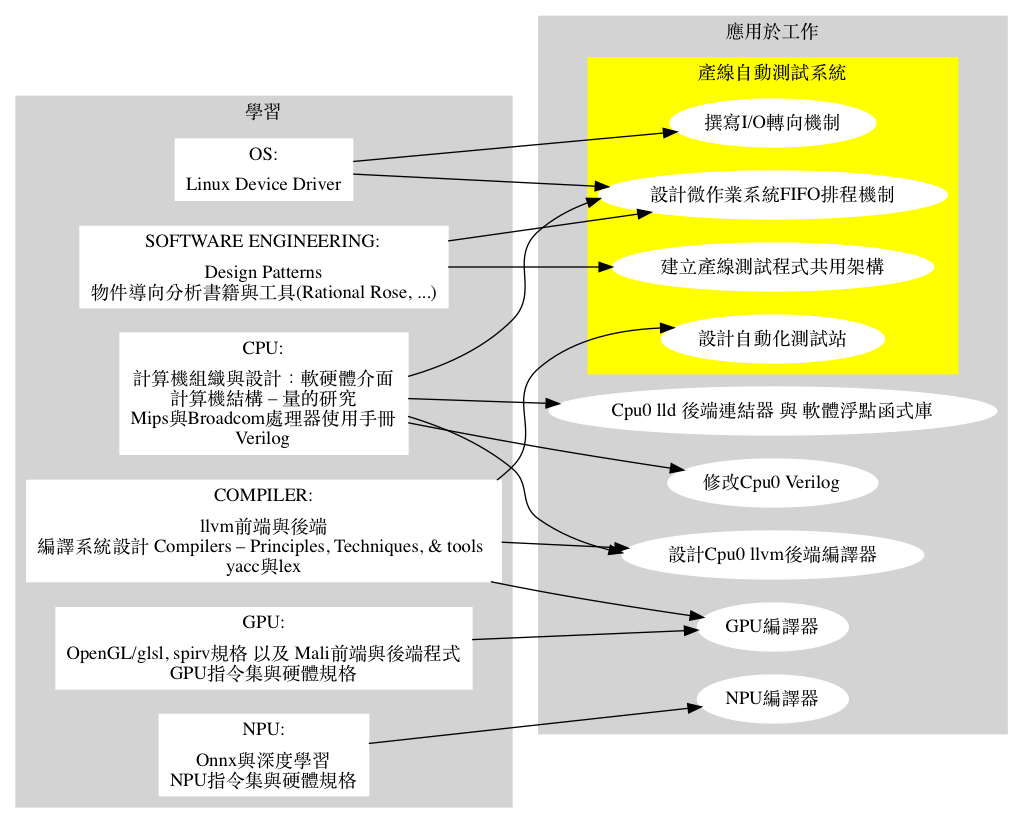
Before: images/study_and_apply_ch1.png, a diagram exported from Graphviz (Jonathan2251/ws). Its source is kept beside it as images/study_and_apply_ch1.gv.
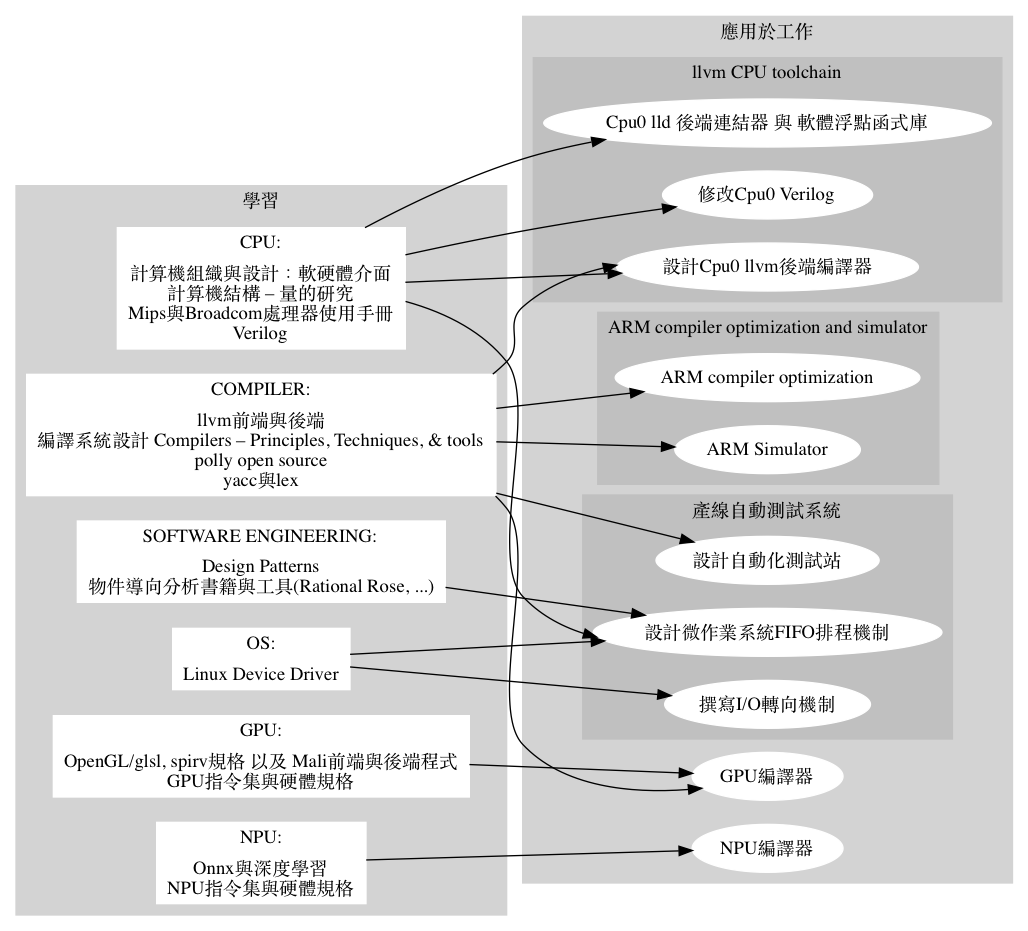
The same diagram one commit later.

Commit message:
study_and_apply

The edit, as a diff of the source:
```diff
@@ -8,7 +8,7 @@
     node [shape=record,style=filled,color=white]; CPU [label="CPU:|計算機組織與設計：軟硬體介面\n計算機結構 – 量的研究\nMips與Broadcom處理器使用手冊\nVerilog"];
     node [shape=record,style=filled,color=white]; GPU [label="GPU:|OpenGL/glsl, spirv規格 以及 Mali前端與後端程式\nGPU指令集與硬體規格"];
     node [shape=record,style=filled,color=white]; NPU [label="NPU:|Onnx與深度學習\nNPU指令集與硬體規格"];
-    node [style=filled,color=white]; COMPILER [label="COMPILER:|llvm前端與後端\n編譯系統設計 Compilers – Principles, Techniques, & tools \nyacc與lex"];
+    node [style=filled,color=white]; COMPILER [label="COMPILER:|llvm前端與後端\n編譯系統設計 Compilers – Principles, Techniques, & tools\npolly open source\nyacc與lex"];
     node [style=filled,color=white]; OS [label="OS:|Linux Device Driver"];
     node [style=filled,color=white]; "SOFTWARE ENGINEERING" [label="SOFTWARE ENGINEERING:|Design Patterns\n物件導向分析書籍與工具(Rational Rose, ...)"];
     color=lightgrey;
@@ -17,18 +17,27 @@
     style=filled;
     color=lightgrey;
     label = "應用於工作";
-    node [style=filled,color=white]; verilog [label="修改Cpu0 Verilog"];
-    node [style=filled,color=white]; backend [label="設計Cpu0 llvm後端編譯器"];
-    node [style=filled,color=white]; linker [label="Cpu0 lld 後端連結器 與 軟體浮點函式庫"];
+    subgraph cluster_1_1 {
+      color=gray;
+      label = "llvm CPU toolchain";
+      node [style=filled,color=white]; backend [label="設計Cpu0 llvm後端編譯器"];
+      node [style=filled,color=white]; linker [label="Cpu0 lld 後端連結器 與 軟體浮點函式庫"];
+      node [style=filled,color=white]; verilog [label="修改Cpu0 Verilog"];
+    }
+    subgraph cluster_1_2 {
+      color=gray;
+      label = "ARM compiler optimization and simulator";
+      node [style=filled,color=white]; armopt [label="ARM compiler optimization"];
+      node [style=filled,color=white]; armsim [label="ARM Simulator"];
+    }
     node [style=filled,color=white]; gpucompiler [label="GPU編譯器"];
     node [style=filled,color=white]; npucompiler [label="NPU編譯器"];
-    subgraph cluster_1_1 {
-      color=yellow;
+    subgraph cluster_1_3 {
+      color=gray;
       label = "產線自動測試系統";
       node [style=filled,color=white]; tinyos [label="設計微作業系統FIFO排程機制"];
       node [style=filled,color=white]; teststation [label="設計自動化測試站"];
       node [style=filled,color=white]; io [label="撰寫I/O轉向機制"];
-      node [style=filled,color=white]; bltc [label="建立產線測試程式共用架構"];
     }
   }
   CPU -> verilog;
@@ -39,10 +48,10 @@
   NPU -> npucompiler;
   COMPILER -> backend;
   COMPILER -> gpucompiler;
+  COMPILER -> armopt;
+  COMPILER -> armsim;
   COMPILER -> teststation;
   OS -> tinyos;
   OS -> io;
   "SOFTWARE ENGINEERING" -> tinyos;
-  "SOFTWARE ENGINEERING" -> bltc;
-
 }
```
